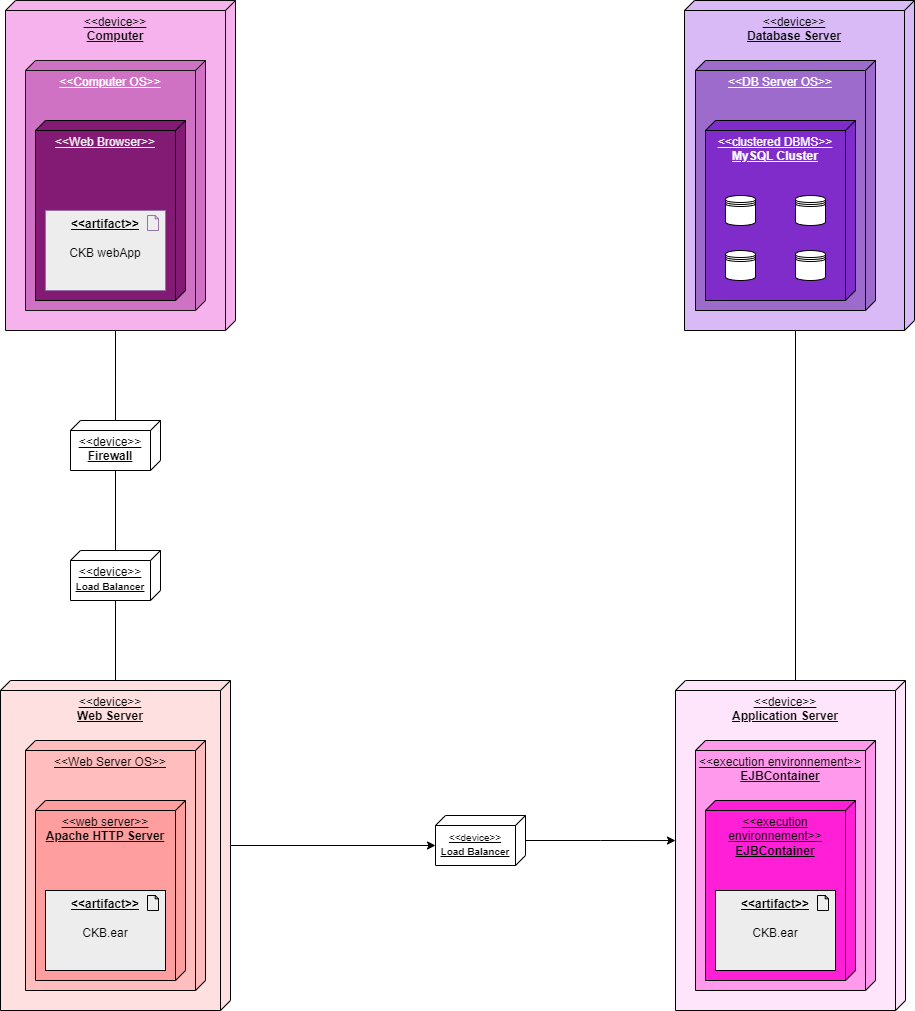
Francesco4Galbiati/FossaGalbiati keeps this draw.io diagram as DD/Architectural design/DeploymentView.drawio.png. Above is the earlier version. Source tidied: cells renumbered, new cells last; positions are measured from the earlier drawing's top-left corner, leaving out a move shared by most shapes. The source it was exported from:
```xml
<mxGraphModel>
  <root>
    <mxCell id="0" />
    <mxCell id="1" parent="0" />
    <mxCell id="2" value="&amp;lt;&amp;lt;device&amp;gt;&amp;gt;&lt;br&gt;&lt;b&gt;Computer&lt;/b&gt;" style="verticalAlign=top;align=center;spacingTop=8;spacingLeft=2;spacingRight=12;shape=cube;size=10;direction=south;fontStyle=4;html=1;whiteSpace=wrap;fillColor=#f5b2ec;strokeColor=#0d0d0c;fontColor=#000000;" parent="1" vertex="1">
      <mxGeometry x="5" width="230" height="330" as="geometry" />
    </mxCell>
    <mxCell id="3" value="&amp;lt;&amp;lt;Computer OS&amp;gt;&amp;gt;&lt;br&gt;" style="verticalAlign=top;align=center;spacingTop=8;spacingLeft=2;spacingRight=12;shape=cube;size=10;direction=south;fontStyle=4;html=1;whiteSpace=wrap;fillColor=#cf72c3;strokeColor=#171716;fontColor=#ffffff;" parent="1" vertex="1">
      <mxGeometry x="25" y="60" width="180" height="250" as="geometry" />
    </mxCell>
    <mxCell id="4" value="&amp;lt;&amp;lt;Web Browser&amp;gt;&amp;gt;" style="verticalAlign=top;align=center;spacingTop=8;spacingLeft=2;spacingRight=12;shape=cube;size=10;direction=south;fontStyle=4;html=1;whiteSpace=wrap;fillColor=#831b75;fontColor=#f4f1f1;" parent="1" vertex="1">
      <mxGeometry x="35" y="120" width="150" height="180" as="geometry" />
    </mxCell>
    <mxCell id="5" value="&lt;u&gt;&lt;b&gt;&amp;lt;&amp;lt;artifact&amp;gt;&amp;gt;&lt;br&gt;&lt;/b&gt;&lt;/u&gt;&lt;br&gt;CKB webApp" style="html=1;whiteSpace=wrap;fillColor=#ededed;shape=mxgraph.archimate3.application;appType=artifact;archiType=square;strokeColor=#9673a6;verticalAlign=top;" parent="1" vertex="1">
      <mxGeometry x="45" y="210" width="120" height="80" as="geometry" />
    </mxCell>
    <mxCell id="6" value="&amp;lt;&amp;lt;device&amp;gt;&amp;gt;&lt;br&gt;&lt;b&gt;Database Server&lt;/b&gt;" style="verticalAlign=top;align=center;spacingTop=8;spacingLeft=2;spacingRight=12;shape=cube;size=10;direction=south;fontStyle=4;html=1;whiteSpace=wrap;fillColor=#d9baf7;" parent="1" vertex="1">
      <mxGeometry x="684" width="230" height="330" as="geometry" />
    </mxCell>
    <mxCell id="7" value="&amp;lt;&amp;lt;DB Server OS&amp;gt;&amp;gt;&lt;br&gt;" style="verticalAlign=top;align=center;spacingTop=8;spacingLeft=2;spacingRight=12;shape=cube;size=10;direction=south;fontStyle=4;html=1;whiteSpace=wrap;fillColor=#9c6bcc;fontColor=#FFFFFF;" parent="1" vertex="1">
      <mxGeometry x="695" y="60" width="180" height="250" as="geometry" />
    </mxCell>
    <mxCell id="8" value="&amp;lt;&amp;lt;clustered DBMS&amp;gt;&amp;gt;&lt;br&gt;&lt;b&gt;MySQL Cluster&lt;/b&gt;" style="verticalAlign=top;align=center;spacingTop=8;spacingLeft=2;spacingRight=12;shape=cube;size=10;direction=south;fontStyle=4;html=1;whiteSpace=wrap;fillColor=#7f2ccb;fontColor=#fcfcfc;" parent="1" vertex="1">
      <mxGeometry x="705" y="120" width="150" height="180" as="geometry" />
    </mxCell>
    <mxCell id="9" value="&amp;lt;&amp;lt;device&amp;gt;&amp;gt;&lt;br&gt;&lt;b&gt;Web Server&lt;/b&gt;" style="verticalAlign=top;align=center;spacingTop=8;spacingLeft=2;spacingRight=12;shape=cube;size=10;direction=south;fontStyle=4;html=1;whiteSpace=wrap;fillColor=#ffe0e0;" parent="1" vertex="1">
      <mxGeometry y="680" width="230" height="330" as="geometry" />
    </mxCell>
    <mxCell id="10" value="&amp;lt;&amp;lt;Web Server OS&amp;gt;&amp;gt;&lt;br&gt;" style="verticalAlign=top;align=center;spacingTop=8;spacingLeft=2;spacingRight=12;shape=cube;size=10;direction=south;fontStyle=4;html=1;whiteSpace=wrap;fillColor=#ffbdbd;" parent="1" vertex="1">
      <mxGeometry x="25" y="740" width="180" height="250" as="geometry" />
    </mxCell>
    <mxCell id="11" value="&amp;lt;&amp;lt;web server&amp;gt;&amp;gt;&lt;br&gt;&lt;b&gt;Apache HTTP Server&lt;/b&gt;" style="verticalAlign=top;align=center;spacingTop=8;spacingLeft=2;spacingRight=12;shape=cube;size=10;direction=south;fontStyle=4;html=1;whiteSpace=wrap;fillColor=#ff9e9e;gradientColor=none;" parent="1" vertex="1">
      <mxGeometry x="35" y="800" width="150" height="180" as="geometry" />
    </mxCell>
    <mxCell id="12" value="&lt;u style=&quot;border-color: var(--border-color);&quot;&gt;&lt;b style=&quot;border-color: var(--border-color);&quot;&gt;&amp;lt;&amp;lt;artifact&amp;gt;&amp;gt;&lt;br style=&quot;border-color: var(--border-color);&quot;&gt;&lt;/b&gt;&lt;/u&gt;&lt;br style=&quot;border-color: var(--border-color);&quot;&gt;CKB.ear" style="html=1;whiteSpace=wrap;fillColor=#ededed;shape=mxgraph.archimate3.application;appType=artifact;archiType=square;align=center;verticalAlign=top;" parent="1" vertex="1">
      <mxGeometry x="45" y="890" width="120" height="80" as="geometry" />
    </mxCell>
    <mxCell id="13" value="&amp;lt;&amp;lt;device&amp;gt;&amp;gt;&lt;br&gt;&lt;b&gt;Application Server&lt;/b&gt;" style="verticalAlign=top;align=center;spacingTop=8;spacingLeft=2;spacingRight=12;shape=cube;size=10;direction=south;fontStyle=4;html=1;whiteSpace=wrap;fillColor=#ffe5fb;gradientColor=none;" parent="1" vertex="1">
      <mxGeometry x="675" y="680" width="230" height="330" as="geometry" />
    </mxCell>
    <mxCell id="14" value="&amp;lt;&amp;lt;execution environnement&amp;gt;&amp;gt;&lt;br&gt;&lt;b&gt;EJBContainer&lt;/b&gt;" style="verticalAlign=top;align=center;spacingTop=8;spacingLeft=2;spacingRight=12;shape=cube;size=10;direction=south;fontStyle=4;html=1;whiteSpace=wrap;fillColor=#ff99ec;gradientColor=none;" parent="1" vertex="1">
      <mxGeometry x="695" y="740" width="180" height="250" as="geometry" />
    </mxCell>
    <mxCell id="15" value="&amp;lt;&amp;lt;execution environnement&amp;gt;&amp;gt;&lt;br style=&quot;border-color: var(--border-color);&quot;&gt;&lt;b style=&quot;border-color: var(--border-color);&quot;&gt;EJBContainer&lt;/b&gt;" style="verticalAlign=top;align=center;spacingTop=8;spacingLeft=2;spacingRight=12;shape=cube;size=10;direction=south;fontStyle=4;html=1;whiteSpace=wrap;fillColor=#ff1fd6;" parent="1" vertex="1">
      <mxGeometry x="705" y="800" width="150" height="180" as="geometry" />
    </mxCell>
    <mxCell id="16" value="&lt;u style=&quot;border-color: var(--border-color);&quot;&gt;&lt;b style=&quot;border-color: var(--border-color);&quot;&gt;&amp;lt;&amp;lt;artifact&amp;gt;&amp;gt;&lt;br style=&quot;border-color: var(--border-color);&quot;&gt;&lt;/b&gt;&lt;/u&gt;&lt;br style=&quot;border-color: var(--border-color);&quot;&gt;CKB.ear" style="html=1;whiteSpace=wrap;fillColor=#ededed;shape=mxgraph.archimate3.application;appType=artifact;archiType=square;verticalAlign=top;" parent="1" vertex="1">
      <mxGeometry x="715" y="890" width="120" height="80" as="geometry" />
    </mxCell>
    <mxCell id="17" style="edgeStyle=orthogonalEdgeStyle;rounded=0;jettySize=auto;html=1;endArrow=none;endFill=0;" parent="1" edge="1" source="18">
      <mxGeometry relative="1" as="geometry">
        <mxPoint x="115" y="330" as="targetPoint" />
      </mxGeometry>
    </mxCell>
    <mxCell id="18" value="&amp;lt;&amp;lt;device&amp;gt;&amp;gt;&lt;br&gt;&lt;b&gt;Firewall&lt;/b&gt;" style="verticalAlign=top;align=center;spacingTop=8;spacingLeft=2;spacingRight=12;shape=cube;size=10;direction=south;fontStyle=4;html=1;whiteSpace=wrap;" parent="1" vertex="1">
      <mxGeometry x="70" y="420" width="90" height="50" as="geometry" />
    </mxCell>
    <mxCell id="19" style="edgeStyle=orthogonalEdgeStyle;rounded=0;jettySize=auto;html=1;endArrow=none;endFill=0;" parent="1" edge="1" source="21" target="18">
      <mxGeometry relative="1" as="geometry" />
    </mxCell>
    <mxCell id="20" style="edgeStyle=orthogonalEdgeStyle;rounded=0;jettySize=auto;html=1;endArrow=none;endFill=0;" parent="1" edge="1" source="21" target="9">
      <mxGeometry relative="1" as="geometry" />
    </mxCell>
    <mxCell id="21" value="&amp;lt;&amp;lt;device&amp;gt;&amp;gt;&lt;br style=&quot;border-color: var(--border-color); font-size: 10px;&quot;&gt;&lt;b style=&quot;border-color: var(--border-color); font-size: 10px;&quot;&gt;Load Balancer&lt;/b&gt;" style="verticalAlign=top;align=center;spacingTop=8;spacingLeft=2;spacingRight=12;shape=cube;size=10;direction=south;fontStyle=4;html=1;whiteSpace=wrap;" parent="1" vertex="1">
      <mxGeometry x="70" y="550" width="90" height="50" as="geometry" />
    </mxCell>
    <mxCell id="22" value="&lt;font style=&quot;font-size: 10px;&quot;&gt;&amp;lt;&amp;lt;device&amp;gt;&amp;gt;&lt;br&gt;&lt;b&gt;Load Balancer&lt;/b&gt;&lt;/font&gt;" style="verticalAlign=top;align=center;spacingTop=8;spacingLeft=2;spacingRight=12;shape=cube;size=10;direction=south;fontStyle=4;html=1;whiteSpace=wrap;" parent="1" vertex="1">
      <mxGeometry x="435" y="815" width="90" height="50" as="geometry" />
    </mxCell>
    <mxCell id="23" style="edgeStyle=orthogonalEdgeStyle;rounded=0;jettySize=auto;html=1;entryX=0;entryY=0;entryDx=30;entryDy=90;entryPerimeter=0;" parent="1" edge="1" source="9" target="22">
      <mxGeometry relative="1" as="geometry" />
    </mxCell>
    <mxCell id="24" style="edgeStyle=orthogonalEdgeStyle;rounded=0;jettySize=auto;html=1;entryX=0.485;entryY=1;entryDx=0;entryDy=0;entryPerimeter=0;" parent="1" edge="1" source="22" target="13">
      <mxGeometry relative="1" as="geometry" />
    </mxCell>
    <mxCell id="25" style="edgeStyle=orthogonalEdgeStyle;rounded=0;jettySize=auto;html=1;exitX=0;exitY=0;exitDx=0;exitDy=110;exitPerimeter=0;entryX=0;entryY=0;entryDx=330;entryDy=120;entryPerimeter=0;endArrow=none;endFill=0;" parent="1" edge="1" source="13" target="6">
      <mxGeometry relative="1" as="geometry">
        <Array as="points">
          <mxPoint x="795" y="330" />
        </Array>
      </mxGeometry>
    </mxCell>
    <mxCell id="26" style="shape=datastore;whiteSpace=wrap;html=1;" parent="1" vertex="1">
      <mxGeometry x="725" y="250" width="30" height="30" as="geometry" />
    </mxCell>
    <mxCell id="27" style="shape=datastore;whiteSpace=wrap;html=1;" parent="1" vertex="1">
      <mxGeometry x="795" y="250" width="30" height="30" as="geometry" />
    </mxCell>
    <mxCell id="28" style="shape=datastore;whiteSpace=wrap;html=1;" parent="1" vertex="1">
      <mxGeometry x="795" y="195" width="30" height="30" as="geometry" />
    </mxCell>
    <mxCell id="29" style="shape=datastore;whiteSpace=wrap;html=1;" parent="1" vertex="1">
      <mxGeometry x="725" y="195" width="30" height="30" as="geometry" />
    </mxCell>
  </root>
</mxGraphModel>
```
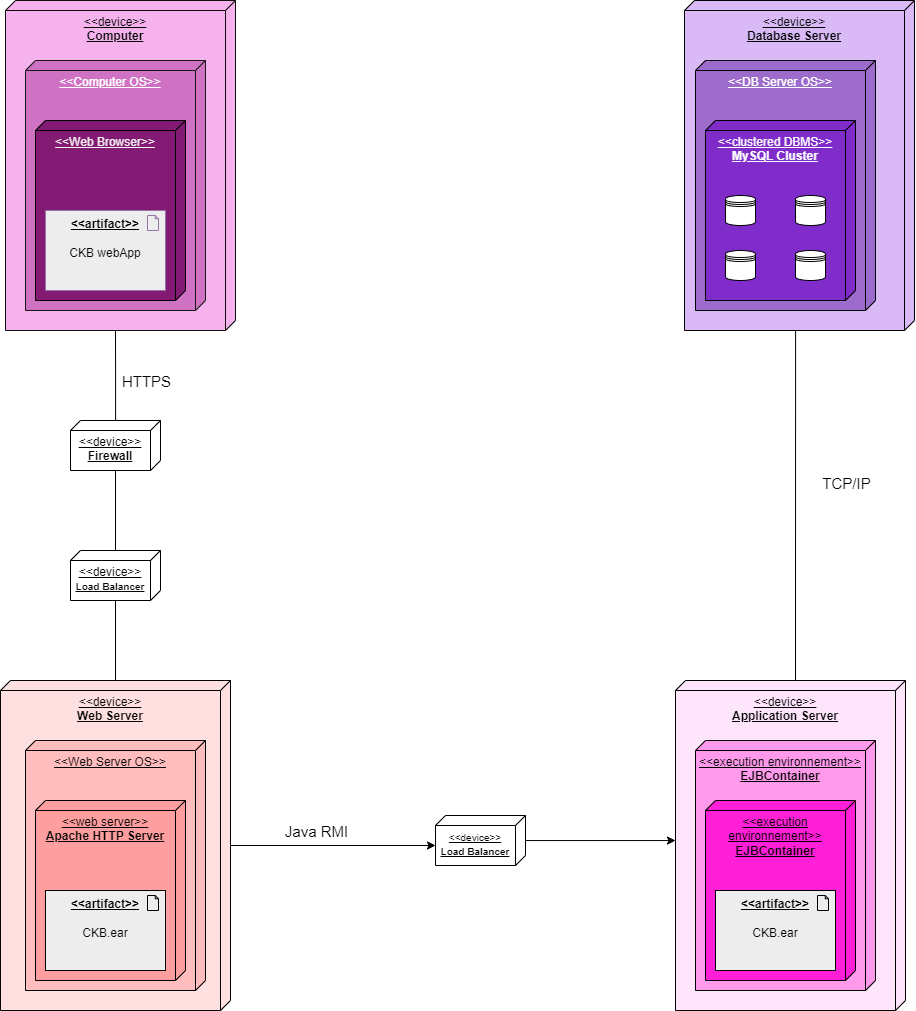
Above is the later version.

The edit, as a diff of the source:
```diff
@@ -52,6 +52,11 @@
         <mxPoint x="115" y="330" as="targetPoint" />
       </mxGeometry>
     </mxCell>
+    <mxCell id="30" value="&lt;font style=&quot;font-size: 15px;&quot;&gt;HTTPS&lt;/font&gt;" style="edgeLabel;html=1;align=center;verticalAlign=middle;" parent="17" vertex="1">
+      <mxGeometry x="0.33" y="1" relative="1" as="geometry">
+        <mxPoint x="31" y="20" as="offset" />
+      </mxGeometry>
+    </mxCell>
     <mxCell id="18" value="&amp;lt;&amp;lt;device&amp;gt;&amp;gt;&lt;br&gt;&lt;b&gt;Firewall&lt;/b&gt;" style="verticalAlign=top;align=center;spacingTop=8;spacingLeft=2;spacingRight=12;shape=cube;size=10;direction=south;fontStyle=4;html=1;whiteSpace=wrap;" parent="1" vertex="1">
       <mxGeometry x="70" y="420" width="90" height="50" as="geometry" />
     </mxCell>
@@ -70,6 +75,11 @@
     <mxCell id="23" style="edgeStyle=orthogonalEdgeStyle;rounded=0;jettySize=auto;html=1;entryX=0;entryY=0;entryDx=30;entryDy=90;entryPerimeter=0;" parent="1" edge="1" source="9" target="22">
       <mxGeometry relative="1" as="geometry" />
     </mxCell>
+    <mxCell id="31" value="&lt;font style=&quot;font-size: 15px;&quot;&gt;Java RMI&lt;/font&gt;" style="edgeLabel;html=1;align=center;verticalAlign=middle;" parent="23" vertex="1">
+      <mxGeometry x="-0.32" y="-3" relative="1" as="geometry">
+        <mxPoint x="16" y="-18" as="offset" />
+      </mxGeometry>
+    </mxCell>
     <mxCell id="24" style="edgeStyle=orthogonalEdgeStyle;rounded=0;jettySize=auto;html=1;entryX=0.485;entryY=1;entryDx=0;entryDy=0;entryPerimeter=0;" parent="1" edge="1" source="22" target="13">
       <mxGeometry relative="1" as="geometry" />
     </mxCell>
@@ -80,6 +90,11 @@
         </Array>
       </mxGeometry>
     </mxCell>
+    <mxCell id="32" value="&lt;font style=&quot;font-size: 15px;&quot;&gt;TCP/IP&lt;/font&gt;" style="edgeLabel;html=1;align=center;verticalAlign=middle;" parent="25" vertex="1">
+      <mxGeometry x="0.24" y="2" relative="1" as="geometry">
+        <mxPoint x="52" y="18" as="offset" />
+      </mxGeometry>
+    </mxCell>
     <mxCell id="26" style="shape=datastore;whiteSpace=wrap;html=1;" parent="1" vertex="1">
       <mxGeometry x="725" y="250" width="30" height="30" as="geometry" />
     </mxCell>
```
